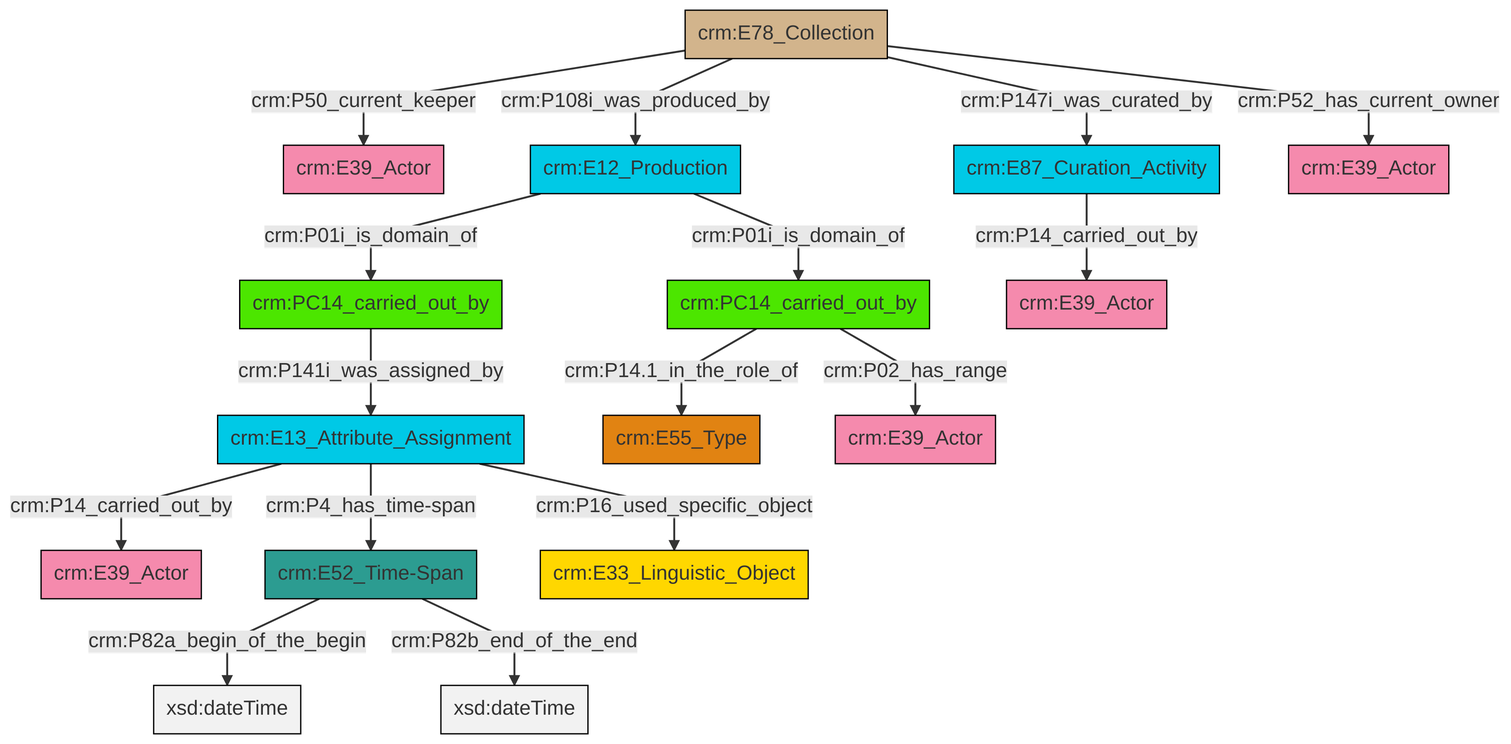
Above: et/archivalCSV/ttl/mmd/png/archival_relation.png in swiss-art-research-net/docs.swissartresearch (Mermaid), before the change. Its source is kept beside it as et/archivalCSV/ttl/mmd/archival_relation.ttl.mmd.
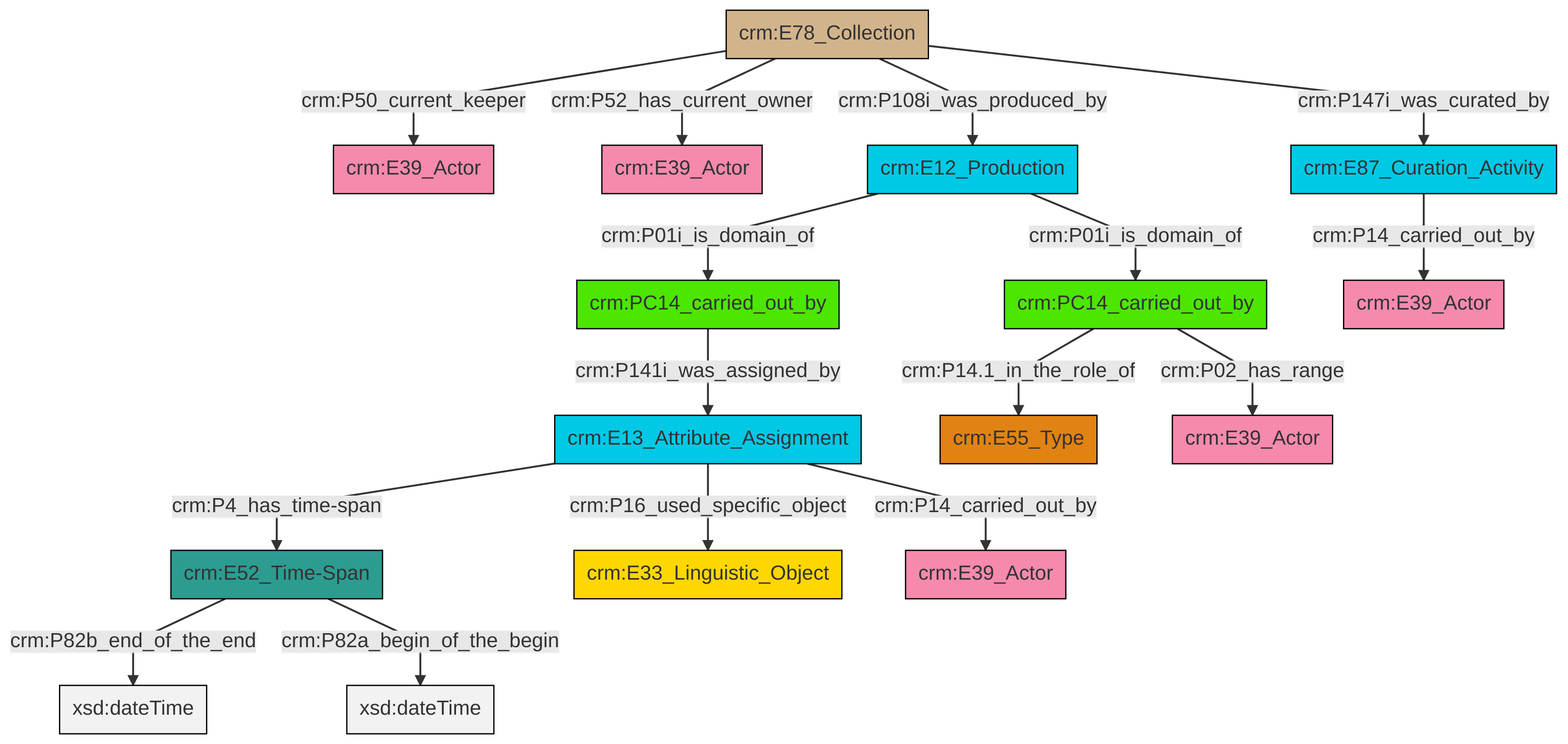
Above is the later version.

Diff of the diagram source:
```diff
@@ -13,18 +13,18 @@
 classDef PC_Classes fill:#4ce600, stroke:#000000;
 classDef Multi fill:#cccccc,stroke:#000000;
 
-0["crm:E78_Collection"]:::Physical_Thing -->|crm:P50_current_keeper| 1["crm:E39_Actor"]:::Actor
-0["crm:E78_Collection"]:::Physical_Thing -->|crm:P108i_was_produced_by| 2["crm:E12_Production"]:::Temporal_Entity
-7["crm:E13_Attribute_Assignment"]:::Temporal_Entity -->|crm:P14_carried_out_by| 5["crm:E39_Actor"]:::Actor
-0["crm:E78_Collection"]:::Physical_Thing -->|crm:P147i_was_curated_by| 8["crm:E87_Curation_Activity"]:::Temporal_Entity
-7["crm:E13_Attribute_Assignment"]:::Temporal_Entity -->|crm:P4_has_time-span| 9["crm:E52_Time-Span"]:::Time-Span
-10["crm:PC14_carried_out_by"]:::PC_Classes -->|crm:P14.1_in_the_role_of| 11["crm:E55_Type"]:::Type
-9["crm:E52_Time-Span"]:::Time-Span -->|crm:P82a_begin_of_the_begin| 15[xsd:dateTime]:::Literal
-7["crm:E13_Attribute_Assignment"]:::Temporal_Entity -->|crm:P16_used_specific_object| 3["crm:E33_Linguistic_Object"]:::Conceptual_Object
-2["crm:E12_Production"]:::Temporal_Entity -->|crm:P01i_is_domain_of| 24["crm:PC14_carried_out_by"]:::PC_Classes
-2["crm:E12_Production"]:::Temporal_Entity -->|crm:P01i_is_domain_of| 10["crm:PC14_carried_out_by"]:::PC_Classes
-0["crm:E78_Collection"]:::Physical_Thing -->|crm:P52_has_current_owner| 16["crm:E39_Actor"]:::Actor
-24["crm:PC14_carried_out_by"]:::PC_Classes -->|crm:P141i_was_assigned_by| 7["crm:E13_Attribute_Assignment"]:::Temporal_Entity
-9["crm:E52_Time-Span"]:::Time-Span -->|crm:P82b_end_of_the_end| 29[xsd:dateTime]:::Literal
-8["crm:E87_Curation_Activity"]:::Temporal_Entity -->|crm:P14_carried_out_by| 18["crm:E39_Actor"]:::Actor
-10["crm:PC14_carried_out_by"]:::PC_Classes -->|crm:P02_has_range| 13["crm:E39_Actor"]:::Actor
+0["crm:E52_Time-Span"]:::Time-Span -->|crm:P82b_end_of_the_end| 1[xsd:dateTime]:::Literal
+8["crm:E78_Collection"]:::Physical_Thing -->|crm:P52_has_current_owner| 6["crm:E39_Actor"]:::Actor
+9["crm:PC14_carried_out_by"]:::PC_Classes -->|crm:P14.1_in_the_role_of| 11["crm:E55_Type"]:::Type
+8["crm:E78_Collection"]:::Physical_Thing -->|crm:P147i_was_curated_by| 12["crm:E87_Curation_Activity"]:::Temporal_Entity
+15["crm:E12_Production"]:::Temporal_Entity -->|crm:P01i_is_domain_of| 13["crm:PC14_carried_out_by"]:::PC_Classes
+8["crm:E78_Collection"]:::Physical_Thing -->|crm:P108i_was_produced_by| 15["crm:E12_Production"]:::Temporal_Entity
+8["crm:E78_Collection"]:::Physical_Thing -->|crm:P50_current_keeper| 2["crm:E39_Actor"]:::Actor
+13["crm:PC14_carried_out_by"]:::PC_Classes -->|crm:P141i_was_assigned_by| 4["crm:E13_Attribute_Assignment"]:::Temporal_Entity
+15["crm:E12_Production"]:::Temporal_Entity -->|crm:P01i_is_domain_of| 9["crm:PC14_carried_out_by"]:::PC_Classes
+4["crm:E13_Attribute_Assignment"]:::Temporal_Entity -->|crm:P14_carried_out_by| 24["crm:E39_Actor"]:::Actor
+0["crm:E52_Time-Span"]:::Time-Span -->|crm:P82a_begin_of_the_begin| 26[xsd:dateTime]:::Literal
+4["crm:E13_Attribute_Assignment"]:::Temporal_Entity -->|crm:P16_used_specific_object| 16["crm:E33_Linguistic_Object"]:::Conceptual_Object
+12["crm:E87_Curation_Activity"]:::Temporal_Entity -->|crm:P14_carried_out_by| 20["crm:E39_Actor"]:::Actor
+4["crm:E13_Attribute_Assignment"]:::Temporal_Entity -->|crm:P4_has_time-span| 0["crm:E52_Time-Span"]:::Time-Span
+9["crm:PC14_carried_out_by"]:::PC_Classes -->|crm:P02_has_range| 28["crm:E39_Actor"]:::Actor
```
